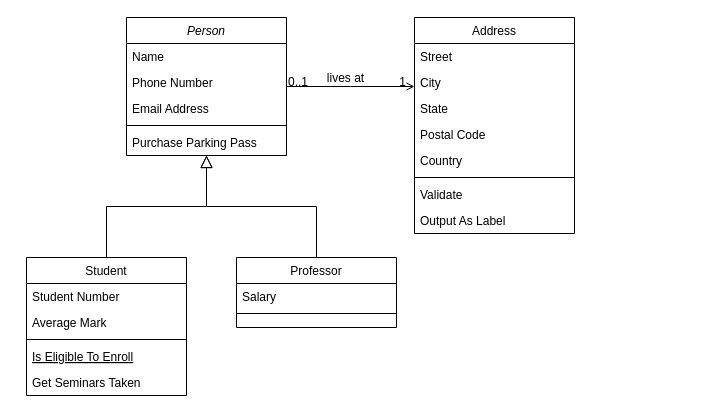
Above: diplomERD.drawio in Grigosty/diagrammsForStudy (draw.io), before the change. Source tidied: cells renumbered, new cells numbered last; positions are measured from the earlier drawing's top-left corner, leaving out a move shared by most shapes. Both pictures are drawn from the tidied source at 100%, with x=0, y=0 at pixel (26, 17).
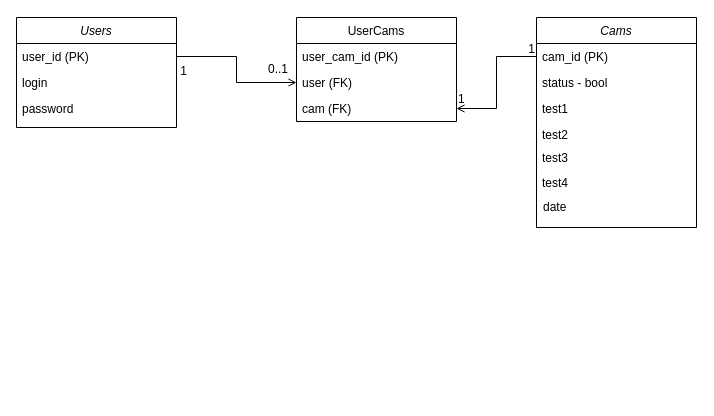
The same page after the edit.

Diff of the diagram source:
```diff
@@
-    <mxCell id="2" value="Person" style="swimlane;fontStyle=2;align=center;verticalAlign=top;horizontal=1;startSize=26;rounded=0;shadow=0;strokeWidth=1;" parent="1" vertex="1">
-      <mxGeometry x="100" width="160" height="138" as="geometry" />
+    <mxCell id="2" value="Users" style="swimlane;fontStyle=2;align=center;verticalAlign=top;horizontal=1;startSize=26;rounded=0;shadow=0;strokeWidth=1;" parent="1" vertex="1">
+      <mxGeometry x="-10" width="160" height="110" as="geometry" />
     </mxCell>
-    <mxCell id="3" value="Name" style="text;align=left;verticalAlign=top;spacingLeft=4;spacingRight=4;overflow=hidden;points=[[0,0.5],[1,0.5]];portConstraint=eastwest;" parent="2" vertex="1">
+    <mxCell id="3" value="user_id (PK)" style="text;align=left;verticalAlign=top;spacingLeft=4;spacingRight=4;overflow=hidden;points=[[0,0.5],[1,0.5]];portConstraint=eastwest;" parent="2" vertex="1">
       <mxGeometry y="26" width="160" height="26" as="geometry" />
     </mxCell>
-    <mxCell id="4" value="Phone Number" style="text;align=left;verticalAlign=top;spacingLeft=4;spacingRight=4;overflow=hidden;rounded=0;shadow=0;html=0;" parent="2" vertex="1">
+    <mxCell id="4" value="login" style="text;align=left;verticalAlign=top;spacingLeft=4;spacingRight=4;overflow=hidden;rounded=0;shadow=0;html=0;" parent="2" vertex="1">
       <mxGeometry y="52" width="160" height="26" as="geometry" />
     </mxCell>
-    <mxCell id="5" value="Email Address" style="text;align=left;verticalAlign=top;spacingLeft=4;spacingRight=4;overflow=hidden;rounded=0;shadow=0;html=0;" parent="2" vertex="1">
+    <mxCell id="5" value="password" style="text;align=left;verticalAlign=top;spacingLeft=4;spacingRight=4;overflow=hidden;rounded=0;shadow=0;html=0;" parent="2" vertex="1">
       <mxGeometry y="78" width="160" height="26" as="geometry" />
     </mxCell>
-    <mxCell id="6" style="line;html=1;strokeWidth=1;align=left;verticalAlign=middle;spacingTop=-1;spacingLeft=3;spacingRight=3;labelPosition=right;" parent="2" vertex="1">
-      <mxGeometry y="104" width="160" height="8" as="geometry" />
-    </mxCell>
-    <mxCell id="7" value="Purchase Parking Pass" style="text;align=left;verticalAlign=top;spacingLeft=4;spacingRight=4;overflow=hidden;" parent="2" vertex="1">
-      <mxGeometry y="112" width="160" height="26" as="geometry" />
-    </mxCell>
-    <mxCell id="8" value="Student" style="swimlane;fontStyle=0;align=center;verticalAlign=top;horizontal=1;startSize=26;rounded=0;shadow=0;strokeWidth=1;" parent="1" vertex="1">
-      <mxGeometry y="240" width="160" height="138" as="geometry" />
-    </mxCell>
-    <mxCell id="9" value="Student Number" style="text;align=left;verticalAlign=top;spacingLeft=4;spacingRight=4;overflow=hidden;" parent="8" vertex="1">
-      <mxGeometry y="26" width="160" height="26" as="geometry" />
-    </mxCell>
-    <mxCell id="10" value="Average Mark" style="text;align=left;verticalAlign=top;spacingLeft=4;spacingRight=4;overflow=hidden;rounded=0;shadow=0;html=0;" parent="8" vertex="1">
-      <mxGeometry y="52" width="160" height="26" as="geometry" />
-    </mxCell>
-    <mxCell id="11" style="line;html=1;strokeWidth=1;align=left;verticalAlign=middle;spacingTop=-1;spacingLeft=3;spacingRight=3;labelPosition=right;" parent="8" vertex="1">
-      <mxGeometry y="78" width="160" height="8" as="geometry" />
-    </mxCell>
-    <mxCell id="12" value="Is Eligible To Enroll" style="text;align=left;verticalAlign=top;spacingLeft=4;spacingRight=4;overflow=hidden;fontStyle=4;" parent="8" vertex="1">
-      <mxGeometry y="86" width="160" height="26" as="geometry" />
-    </mxCell>
-    <mxCell id="13" value="Get Seminars Taken" style="text;align=left;verticalAlign=top;spacingLeft=4;spacingRight=4;overflow=hidden;" parent="8" vertex="1">
-      <mxGeometry y="112" width="160" height="26" as="geometry" />
-    </mxCell>
-    <mxCell id="14" style="endArrow=block;endSize=10;endFill=0;shadow=0;strokeWidth=1;rounded=0;curved=0;edgeStyle=elbowEdgeStyle;elbow=vertical;" parent="1" edge="1" source="8" target="2">
-      <mxGeometry relative="1" as="geometry" />
-    </mxCell>
-    <mxCell id="15" value="Professor" style="swimlane;fontStyle=0;align=center;verticalAlign=top;horizontal=1;startSize=26;rounded=0;shadow=0;strokeWidth=1;" parent="1" vertex="1">
-      <mxGeometry x="210" y="240" width="160" height="70" as="geometry" />
-    </mxCell>
-    <mxCell id="16" value="Salary" style="text;align=left;verticalAlign=top;spacingLeft=4;spacingRight=4;overflow=hidden;" parent="15" vertex="1">
-      <mxGeometry y="26" width="160" height="26" as="geometry" />
-    </mxCell>
-    <mxCell id="17" style="line;html=1;strokeWidth=1;align=left;verticalAlign=middle;spacingTop=-1;spacingLeft=3;spacingRight=3;labelPosition=right;" parent="15" vertex="1">
-      <mxGeometry y="52" width="160" height="8" as="geometry" />
-    </mxCell>
-    <mxCell id="18" style="endArrow=block;endSize=10;endFill=0;shadow=0;strokeWidth=1;rounded=0;curved=0;edgeStyle=elbowEdgeStyle;elbow=vertical;" parent="1" edge="1" source="15" target="2">
-      <mxGeometry relative="1" as="geometry" />
-    </mxCell>
-    <mxCell id="19" value="Address" style="swimlane;fontStyle=0;align=center;verticalAlign=top;horizontal=1;startSize=26;rounded=0;shadow=0;strokeWidth=1;" parent="1" vertex="1">
-      <mxGeometry x="388" width="160" height="216" as="geometry" />
+    <mxCell id="19" value="UserCams" style="swimlane;fontStyle=0;align=center;verticalAlign=top;horizontal=1;startSize=26;rounded=0;shadow=0;strokeWidth=1;" parent="1" vertex="1">
+      <mxGeometry x="270" width="160" height="104" as="geometry" />
     </mxCell>
-    <mxCell id="20" value="Street" style="text;align=left;verticalAlign=top;spacingLeft=4;spacingRight=4;overflow=hidden;" parent="19" vertex="1">
+    <mxCell id="20" value="user_cam_id (PK)" style="text;align=left;verticalAlign=top;spacingLeft=4;spacingRight=4;overflow=hidden;" parent="19" vertex="1">
       <mxGeometry y="26" width="160" height="26" as="geometry" />
     </mxCell>
-    <mxCell id="21" value="City" style="text;align=left;verticalAlign=top;spacingLeft=4;spacingRight=4;overflow=hidden;points=[[0,0.5],[1,0.5]];portConstraint=eastwest;rounded=0;shadow=0;html=0;" parent="19" vertex="1">
+    <mxCell id="21" value="user (FK)" style="text;align=left;verticalAlign=top;spacingLeft=4;spacingRight=4;overflow=hidden;points=[[0,0.5],[1,0.5]];portConstraint=eastwest;rounded=0;shadow=0;html=0;" parent="19" vertex="1">
       <mxGeometry y="52" width="160" height="26" as="geometry" />
     </mxCell>
-    <mxCell id="22" value="State" style="text;align=left;verticalAlign=top;spacingLeft=4;spacingRight=4;overflow=hidden;points=[[0,0.5],[1,0.5]];portConstraint=eastwest;rounded=0;shadow=0;html=0;" parent="19" vertex="1">
+    <mxCell id="22" value="cam (FK)" style="text;align=left;verticalAlign=top;spacingLeft=4;spacingRight=4;overflow=hidden;points=[[0,0.5],[1,0.5]];portConstraint=eastwest;rounded=0;shadow=0;html=0;" parent="19" vertex="1">
       <mxGeometry y="78" width="160" height="26" as="geometry" />
     </mxCell>
-    <mxCell id="23" value="Postal Code" style="text;align=left;verticalAlign=top;spacingLeft=4;spacingRight=4;overflow=hidden;rounded=0;shadow=0;html=0;" parent="19" vertex="1">
-      <mxGeometry y="104" width="160" height="26" as="geometry" />
-    </mxCell>
-    <mxCell id="24" value="Country" style="text;align=left;verticalAlign=top;spacingLeft=4;spacingRight=4;overflow=hidden;rounded=0;shadow=0;html=0;" parent="19" vertex="1">
-      <mxGeometry y="130" width="160" height="26" as="geometry" />
-    </mxCell>
-    <mxCell id="25" style="line;html=1;strokeWidth=1;align=left;verticalAlign=middle;spacingTop=-1;spacingLeft=3;spacingRight=3;labelPosition=right;" parent="19" vertex="1">
-      <mxGeometry y="156" width="160" height="8" as="geometry" />
-    </mxCell>
-    <mxCell id="26" value="Validate" style="text;align=left;verticalAlign=top;spacingLeft=4;spacingRight=4;overflow=hidden;" parent="19" vertex="1">
-      <mxGeometry y="164" width="160" height="26" as="geometry" />
-    </mxCell>
-    <mxCell id="27" value="Output As Label" style="text;align=left;verticalAlign=top;spacingLeft=4;spacingRight=4;overflow=hidden;" parent="19" vertex="1">
-      <mxGeometry y="190" width="160" height="26" as="geometry" />
-    </mxCell>
-    <mxCell id="28" style="endArrow=open;shadow=0;strokeWidth=1;rounded=0;curved=0;endFill=1;edgeStyle=elbowEdgeStyle;elbow=vertical;" parent="1" edge="1" source="2" target="19">
+    <mxCell id="28" style="endArrow=open;shadow=0;strokeWidth=1;rounded=0;endFill=1;edgeStyle=orthogonalEdgeStyle;elbow=vertical;exitX=1;exitY=0.5;exitDx=0;exitDy=0;entryX=0;entryY=0.5;entryDx=0;entryDy=0;" parent="1" edge="1" source="3" target="21">
       <mxGeometry x="0.5" y="41" relative="1" as="geometry">
         <mxPoint x="-40" y="32" as="offset" />
       </mxGeometry>
     </mxCell>
     <mxCell id="29" value="0..1" style="align=left;verticalAlign=bottom;labelBackgroundColor=none;fontSize=12;" parent="28" vertex="1">
       <mxGeometry x="-1" relative="1" as="geometry">
-        <mxPoint y="4" as="offset" />
+        <mxPoint x="90" y="21" as="offset" />
       </mxGeometry>
     </mxCell>
     <mxCell id="30" value="1" style="align=right;verticalAlign=bottom;labelBackgroundColor=none;fontSize=12;" parent="28" vertex="1">
       <mxGeometry x="1" relative="1" as="geometry">
-        <mxPoint x="-7" y="4" as="offset" />
+        <mxPoint x="-108" y="-3" as="offset" />
       </mxGeometry>
     </mxCell>
-    <mxCell id="31" value="lives at" style="text;html=1;align=center;verticalAlign=middle;labelBackgroundColor=none;rounded=0;shadow=0;strokeWidth=1;fontSize=12;" parent="28" vertex="1">
-      <mxGeometry x="0.5" y="49" relative="1" as="geometry">
-        <mxPoint x="-38" y="40" as="offset" />
-      </mxGeometry>
-    </mxCell>
+    <mxCell id="32" value="Cams" style="swimlane;fontStyle=2;align=center;verticalAlign=top;horizontal=1;startSize=26;rounded=0;shadow=0;strokeWidth=1;" parent="1" vertex="1">
+      <mxGeometry x="510" width="160" height="210" as="geometry" />
+    </mxCell>
+    <mxCell id="33" value="cam_id (PK)" style="text;align=left;verticalAlign=top;spacingLeft=4;spacingRight=4;overflow=hidden;points=[[0,0.5],[1,0.5]];portConstraint=eastwest;" parent="32" vertex="1">
+      <mxGeometry y="26" width="160" height="26" as="geometry" />
+    </mxCell>
+    <mxCell id="34" value="status - bool" style="text;align=left;verticalAlign=top;spacingLeft=4;spacingRight=4;overflow=hidden;rounded=0;shadow=0;html=0;" parent="32" vertex="1">
+      <mxGeometry y="52" width="160" height="26" as="geometry" />
+    </mxCell>
+    <mxCell id="35" value="test1" style="text;align=left;verticalAlign=top;spacingLeft=4;spacingRight=4;overflow=hidden;rounded=0;shadow=0;html=0;" parent="32" vertex="1">
+      <mxGeometry y="78" width="160" height="26" as="geometry" />
+    </mxCell>
+    <mxCell id="36" value="test2" style="text;align=left;verticalAlign=top;spacingLeft=4;spacingRight=4;overflow=hidden;rounded=0;shadow=0;html=0;" parent="32" vertex="1">
+      <mxGeometry y="104" width="160" height="26" as="geometry" />
+    </mxCell>
+    <mxCell id="37" value="test4" style="text;align=left;verticalAlign=top;spacingLeft=4;spacingRight=4;overflow=hidden;rounded=0;shadow=0;html=0;" parent="1" vertex="1">
+      <mxGeometry x="510" y="152" width="160" height="26" as="geometry" />
+    </mxCell>
+    <mxCell id="38" value="test3" style="text;align=left;verticalAlign=top;spacingLeft=4;spacingRight=4;overflow=hidden;rounded=0;shadow=0;html=0;" parent="1" vertex="1">
+      <mxGeometry x="510" y="127" width="160" height="26" as="geometry" />
+    </mxCell>
+    <mxCell id="39" style="endArrow=open;shadow=0;strokeWidth=1;rounded=0;endFill=1;edgeStyle=orthogonalEdgeStyle;elbow=vertical;exitX=0;exitY=0.5;exitDx=0;exitDy=0;entryX=1;entryY=0.5;entryDx=0;entryDy=0;" parent="1" edge="1" source="33" target="22">
+      <mxGeometry x="0.5" y="41" relative="1" as="geometry">
+        <mxPoint x="-40" y="32" as="offset" />
+      </mxGeometry>
+    </mxCell>
+    <mxCell id="40" value="1" style="align=right;verticalAlign=bottom;labelBackgroundColor=none;fontSize=12;" parent="39" vertex="1">
+      <mxGeometry x="1" relative="1" as="geometry">
+        <mxPoint x="80" y="-51" as="offset" />
+      </mxGeometry>
+    </mxCell>
+    <mxCell id="41" value="1" style="align=left;verticalAlign=bottom;labelBackgroundColor=none;fontSize=12;" parent="1" vertex="1">
+      <mxGeometry x="430" y="90" as="geometry" />
+    </mxCell>
+    <mxCell id="42" value="date" style="text;align=left;verticalAlign=top;spacingLeft=4;spacingRight=4;overflow=hidden;rounded=0;shadow=0;html=0;" parent="1" vertex="1">
+      <mxGeometry x="511" y="176" width="160" height="26" as="geometry" />
+    </mxCell>
```
